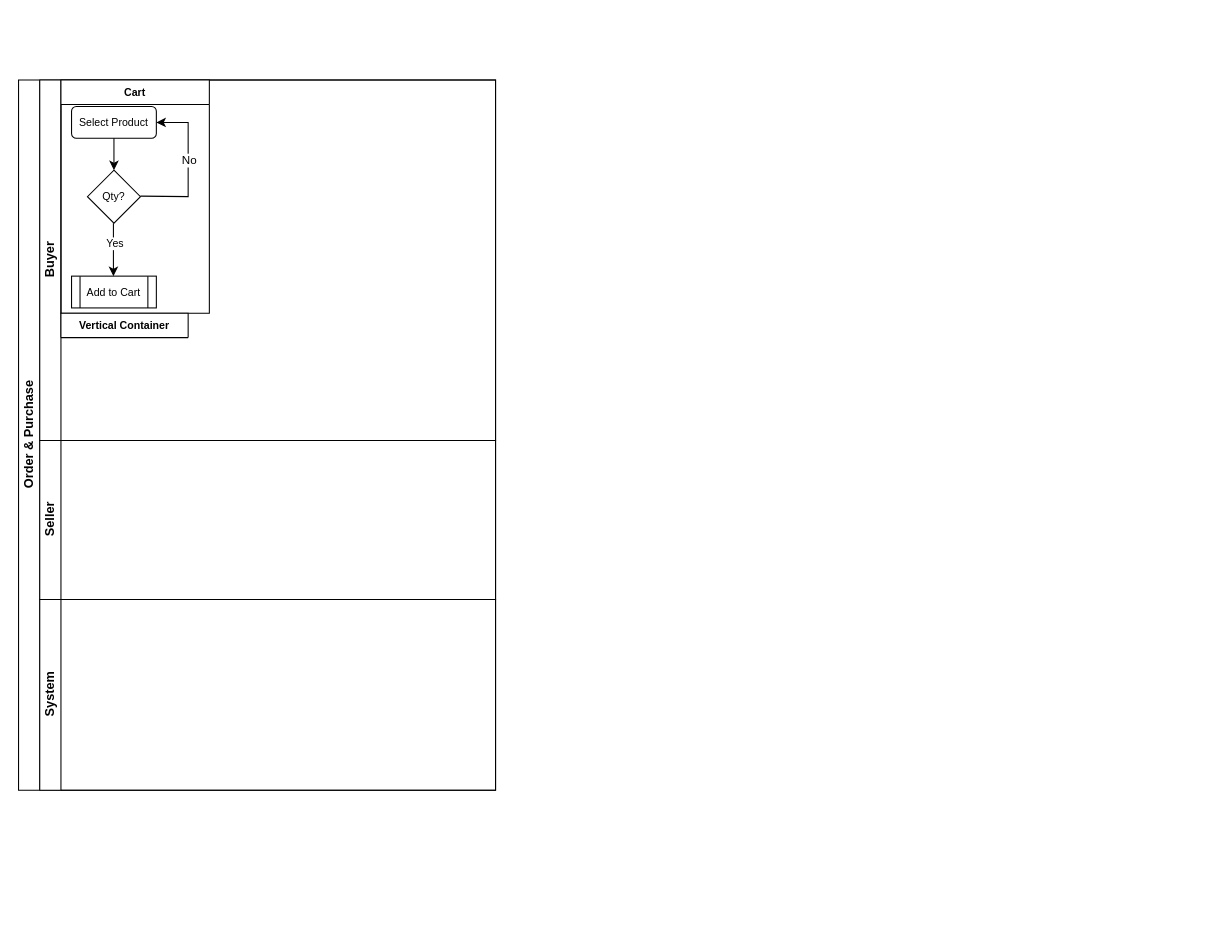
The draw.io diagram purchase_flow.drawio in jvndev/horticade, before the edit. Source tidied: cells renumbered, new cells numbered last; positions are measured from the earlier drawing's top-left corner, leaving out a move shared by most shapes. Both pictures are drawn from the tidied source at 106%, with x=0, y=0 at pixel (18, 80).
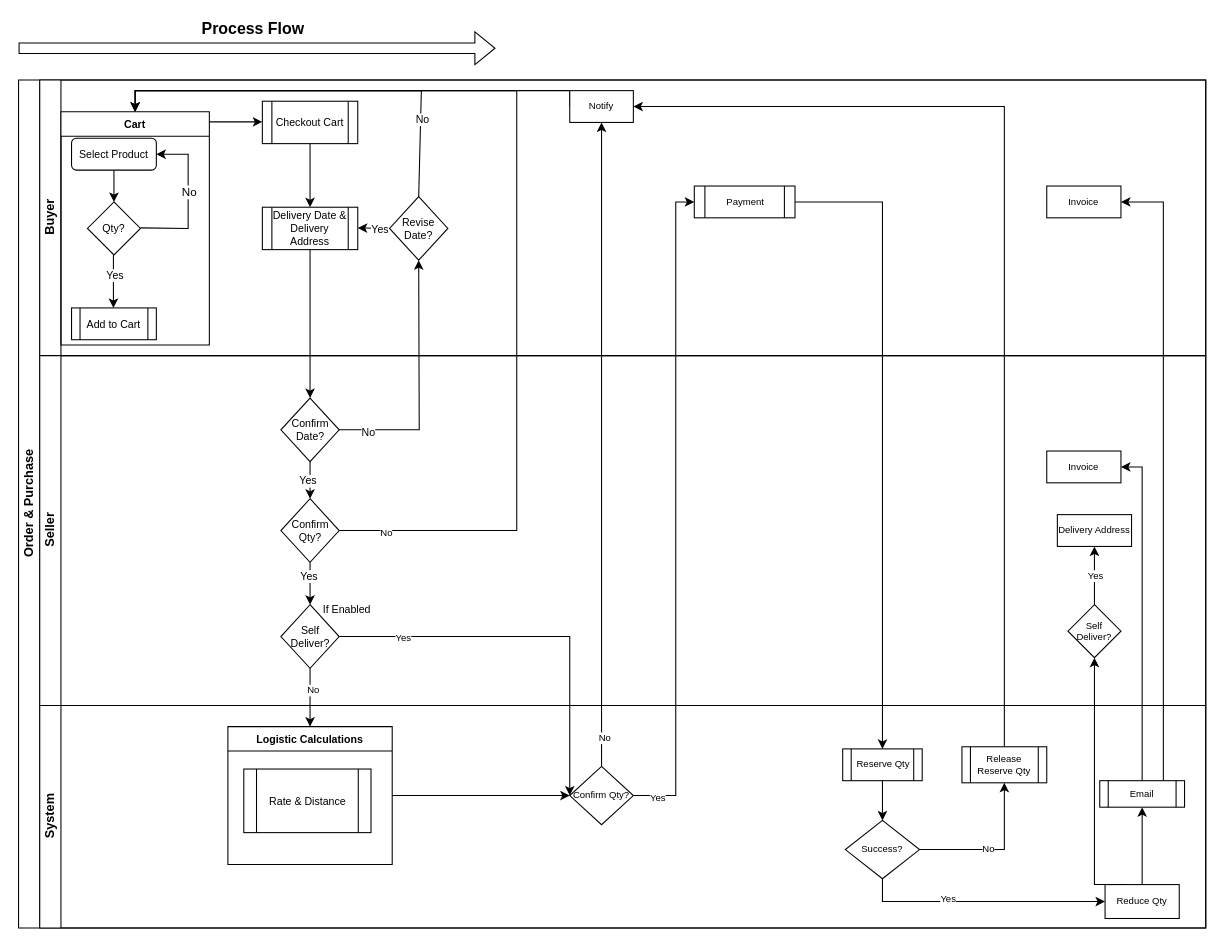
The same page after the edit.

Diff of the diagram source:
```diff
@@
     <mxCell id="2" value="Order &amp;amp; Purchase" style="swimlane;html=1;horizontal=0;startSize=20;" parent="1" vertex="1">
-      <mxGeometry width="450" height="670" as="geometry" />
+      <mxGeometry width="1120" height="800" as="geometry" />
     </mxCell>
     <mxCell id="3" value="Buyer" style="swimlane;html=1;startSize=20;horizontal=0;" parent="2" vertex="1">
-      <mxGeometry x="20" width="430" height="340" as="geometry" />
+      <mxGeometry x="20" width="1100" height="260" as="geometry" />
     </mxCell>
     <mxCell id="4" value="Cart" style="swimlane;fontSize=10;" parent="3" vertex="1">
-      <mxGeometry x="20" width="140" height="220" as="geometry" />
+      <mxGeometry x="20" y="30" width="140" height="220" as="geometry" />
     </mxCell>
@@
-    <mxCell id="13" value="Vertical Container" style="swimlane;fontSize=10;" parent="3" vertex="1" collapsed="1">
-      <mxGeometry x="20" y="220" width="120" height="23" as="geometry" />
-    </mxCell>
+    <mxCell id="16" style="endArrow=classic;html=1;rounded=0;fontSize=10;" parent="3" edge="1">
+      <mxGeometry relative="1" as="geometry">
+        <mxPoint x="160" y="39.5" as="sourcePoint" />
+        <mxPoint x="210" y="39.5" as="targetPoint" />
+      </mxGeometry>
+    </mxCell>
+    <mxCell id="17" style="edgeStyle=orthogonalEdgeStyle;rounded=0;jettySize=auto;html=1;exitX=0.5;exitY=1;exitDx=0;exitDy=0;entryX=0.5;entryY=0;entryDx=0;entryDy=0;fontSize=10;" parent="3" edge="1" source="18" target="19">
+      <mxGeometry relative="1" as="geometry" />
+    </mxCell>
+    <mxCell id="18" value="Checkout Cart" style="shape=process;whiteSpace=wrap;html=1;backgroundOutline=1;fontSize=10;" parent="3" vertex="1">
+      <mxGeometry x="210" y="20" width="90" height="40" as="geometry" />
+    </mxCell>
+    <mxCell id="19" value="Delivery Date &amp;amp; Delivery Address" style="shape=process;whiteSpace=wrap;html=1;backgroundOutline=1;fontSize=10;" parent="3" vertex="1">
+      <mxGeometry x="210" y="120" width="90" height="40" as="geometry" />
+    </mxCell>
+    <mxCell id="20" value="Revise Date?" style="rhombus;whiteSpace=wrap;html=1;fontSize=10;" parent="3" vertex="1">
+      <mxGeometry x="330" y="110" width="55" height="60" as="geometry" />
+    </mxCell>
+    <mxCell id="21" style="endArrow=classic;html=1;rounded=0;fontSize=10;" parent="3" edge="1">
+      <mxGeometry relative="1" as="geometry">
+        <mxPoint x="330" y="140" as="sourcePoint" />
+        <mxPoint x="300" y="139.5" as="targetPoint" />
+      </mxGeometry>
+    </mxCell>
+    <mxCell id="22" value="Yes" style="edgeLabel;html=1;align=center;verticalAlign=middle;fontSize=10;" parent="21" vertex="1">
+      <mxGeometry x="-0.4" y="1" relative="1" as="geometry" />
+    </mxCell>
+    <mxCell id="23" style="endArrow=classic;html=1;rounded=0;fontSize=10;entryX=0.5;entryY=0;entryDx=0;entryDy=0;exitX=0.5;exitY=0;exitDx=0;exitDy=0;" parent="3" edge="1" source="20" target="4">
+      <mxGeometry relative="1" as="geometry">
+        <Array as="points">
+          <mxPoint x="360" y="10" />
+          <mxPoint x="90" y="10" />
+        </Array>
+      </mxGeometry>
+    </mxCell>
+    <mxCell id="24" value="No" style="edgeLabel;html=1;align=center;verticalAlign=middle;fontSize=10;" parent="23" vertex="1">
+      <mxGeometry x="-0.62" y="-1" relative="1" as="geometry" />
+    </mxCell>
+    <mxCell id="25" style="edgeStyle=orthogonalEdgeStyle;rounded=0;jettySize=auto;html=1;exitX=0;exitY=0.5;exitDx=0;exitDy=0;entryX=0.5;entryY=0;entryDx=0;entryDy=0;fontSize=9;" parent="3" edge="1" source="26" target="4">
+      <mxGeometry relative="1" as="geometry">
+        <Array as="points">
+          <mxPoint x="500" y="10" />
+          <mxPoint x="90" y="10" />
+        </Array>
+      </mxGeometry>
+    </mxCell>
+    <mxCell id="26" value="Notify" style="rounded=0;whiteSpace=wrap;html=1;fontSize=9;" parent="3" vertex="1">
+      <mxGeometry x="500" y="10" width="60" height="30" as="geometry" />
+    </mxCell>
+    <mxCell id="27" value="Payment" style="shape=process;whiteSpace=wrap;html=1;backgroundOutline=1;fontSize=9;" parent="3" vertex="1">
+      <mxGeometry x="617.5" y="100" width="95" height="30" as="geometry" />
+    </mxCell>
+    <mxCell id="28" value="Invoice" style="rounded=0;whiteSpace=wrap;html=1;fontSize=9;" parent="3" vertex="1">
+      <mxGeometry x="950" y="100" width="70" height="30" as="geometry" />
+    </mxCell>
+    <mxCell id="29" style="endArrow=classic;html=1;rounded=0;fontSize=10;exitX=1;exitY=0.5;exitDx=0;exitDy=0;entryX=0.5;entryY=1;entryDx=0;entryDy=0;" parent="2" edge="1" source="32" target="20">
+      <mxGeometry relative="1" as="geometry">
+        <Array as="points">
+          <mxPoint x="350" y="330" />
+          <mxPoint x="378" y="330" />
+        </Array>
+      </mxGeometry>
+    </mxCell>
+    <mxCell id="30" value="No" style="edgeLabel;html=1;align=center;verticalAlign=middle;fontSize=10;" parent="29" vertex="1">
+      <mxGeometry x="0.21" relative="1" as="geometry">
+        <mxPoint x="-48" y="68" as="offset" />
+      </mxGeometry>
+    </mxCell>
     <mxCell id="14" value="Seller" style="swimlane;html=1;startSize=20;horizontal=0;" parent="2" vertex="1">
-      <mxGeometry x="20" y="340" width="430" height="150" as="geometry" />
+      <mxGeometry x="20" y="260" width="1100" height="330" as="geometry" />
     </mxCell>
+    <mxCell id="31" style="edgeStyle=orthogonalEdgeStyle;rounded=0;jettySize=auto;html=1;exitX=0.5;exitY=1;exitDx=0;exitDy=0;entryX=0.5;entryY=0;entryDx=0;entryDy=0;fontSize=10;" parent="14" edge="1" source="32" target="36">
+      <mxGeometry relative="1" as="geometry" />
+    </mxCell>
+    <mxCell id="32" value="Confirm Date?" style="rhombus;whiteSpace=wrap;html=1;fontSize=10;" parent="14" vertex="1">
+      <mxGeometry x="227.5" y="40" width="55" height="60" as="geometry" />
+    </mxCell>
+    <mxCell id="33" value="Self Deliver?" style="rhombus;whiteSpace=wrap;html=1;fontSize=10;" parent="14" vertex="1">
+      <mxGeometry x="227.5" y="235" width="55" height="60" as="geometry" />
+    </mxCell>
+    <mxCell id="34" value="If Enabled" style="text;html=1;strokeColor=none;fillColor=none;align=center;verticalAlign=middle;whiteSpace=wrap;rounded=0;fontSize=10;" parent="14" vertex="1">
+      <mxGeometry x="260" y="224" width="60" height="30" as="geometry" />
+    </mxCell>
+    <mxCell id="35" style="edgeStyle=orthogonalEdgeStyle;rounded=0;jettySize=auto;html=1;exitX=0.5;exitY=1;exitDx=0;exitDy=0;entryX=0.5;entryY=0;entryDx=0;entryDy=0;fontSize=9;" parent="14" edge="1" source="36" target="33">
+      <mxGeometry relative="1" as="geometry" />
+    </mxCell>
+    <mxCell id="36" value="Confirm Qty?" style="rhombus;whiteSpace=wrap;html=1;fontSize=10;" parent="14" vertex="1">
+      <mxGeometry x="227.5" y="135" width="55" height="60" as="geometry" />
+    </mxCell>
+    <mxCell id="37" value="Yes" style="edgeLabel;html=1;align=center;verticalAlign=middle;fontSize=10;" parent="14" vertex="1">
+      <mxGeometry x="320" y="170" as="geometry">
+        <mxPoint x="-67" y="37" as="offset" />
+      </mxGeometry>
+    </mxCell>
+    <mxCell id="38" value="Invoice" style="rounded=0;whiteSpace=wrap;html=1;fontSize=9;" parent="14" vertex="1">
+      <mxGeometry x="950" y="90" width="70" height="30" as="geometry" />
+    </mxCell>
+    <mxCell id="39" style="edgeStyle=orthogonalEdgeStyle;rounded=0;jettySize=auto;html=1;exitX=0.5;exitY=0;exitDx=0;exitDy=0;entryX=0.5;entryY=1;entryDx=0;entryDy=0;fontSize=9;" parent="14" edge="1" source="40" target="41">
+      <mxGeometry relative="1" as="geometry" />
+    </mxCell>
+    <mxCell id="40" value="Self Deliver?" style="rhombus;whiteSpace=wrap;html=1;fontSize=9;" parent="14" vertex="1">
+      <mxGeometry x="970" y="235" width="50" height="50" as="geometry" />
+    </mxCell>
+    <mxCell id="41" value="Delivery Address" style="rounded=0;whiteSpace=wrap;html=1;fontSize=9;" parent="14" vertex="1">
+      <mxGeometry x="960" y="150" width="70" height="30" as="geometry" />
+    </mxCell>
+    <mxCell id="42" style="endArrow=classic;html=1;rounded=0;fontSize=10;entryX=0.5;entryY=0;entryDx=0;entryDy=0;exitX=0.5;exitY=1;exitDx=0;exitDy=0;" parent="2" edge="1" source="33" target="52">
+      <mxGeometry relative="1" as="geometry" />
+    </mxCell>
+    <mxCell id="43" value="No" style="edgeLabel;html=1;align=center;verticalAlign=middle;fontSize=9;" parent="42" vertex="1">
+      <mxGeometry x="-0.29" y="2" relative="1" as="geometry" />
+    </mxCell>
+    <mxCell id="44" style="edgeStyle=orthogonalEdgeStyle;rounded=0;jettySize=auto;html=1;exitX=1;exitY=0.5;exitDx=0;exitDy=0;fontSize=9;entryX=0.5;entryY=0;entryDx=0;entryDy=0;" parent="2" edge="1" source="36" target="4">
+      <mxGeometry relative="1" as="geometry">
+        <Array as="points">
+          <mxPoint x="470" y="425" />
+          <mxPoint x="470" y="10" />
+          <mxPoint x="110" y="10" />
+        </Array>
+      </mxGeometry>
+    </mxCell>
+    <mxCell id="45" value="No" style="edgeLabel;html=1;align=center;verticalAlign=middle;fontSize=9;" parent="44" vertex="1">
+      <mxGeometry x="-0.91" y="-2" relative="1" as="geometry">
+        <mxPoint x="1" as="offset" />
+      </mxGeometry>
+    </mxCell>
+    <mxCell id="46" style="edgeStyle=orthogonalEdgeStyle;rounded=0;jettySize=auto;html=1;exitX=0.5;exitY=0;exitDx=0;exitDy=0;fontSize=9;entryX=0.5;entryY=1;entryDx=0;entryDy=0;" parent="2" edge="1" source="54" target="26">
+      <mxGeometry relative="1" as="geometry" />
+    </mxCell>
+    <mxCell id="47" value="No" style="edgeLabel;html=1;align=center;verticalAlign=middle;fontSize=9;" parent="46" vertex="1">
+      <mxGeometry x="-0.91" y="-2" relative="1" as="geometry" />
+    </mxCell>
+    <mxCell id="48" style="edgeStyle=orthogonalEdgeStyle;rounded=0;jettySize=auto;html=1;exitX=0.5;exitY=0;exitDx=0;exitDy=0;entryX=1;entryY=0.5;entryDx=0;entryDy=0;fontSize=9;" parent="2" edge="1" source="62" target="38">
+      <mxGeometry relative="1" as="geometry" />
+    </mxCell>
+    <mxCell id="49" style="edgeStyle=orthogonalEdgeStyle;rounded=0;jettySize=auto;html=1;exitX=0.75;exitY=0;exitDx=0;exitDy=0;entryX=1;entryY=0.5;entryDx=0;entryDy=0;fontSize=9;" parent="2" edge="1" source="62" target="28">
+      <mxGeometry relative="1" as="geometry" />
+    </mxCell>
+    <mxCell id="50" style="edgeStyle=orthogonalEdgeStyle;rounded=0;jettySize=auto;html=1;exitX=1;exitY=0.5;exitDx=0;exitDy=0;fontSize=9;entryX=0;entryY=0.5;entryDx=0;entryDy=0;" parent="2" edge="1" source="54" target="27">
+      <mxGeometry relative="1" as="geometry">
+        <Array as="points">
+          <mxPoint x="620" y="675" />
+          <mxPoint x="620" y="115" />
+        </Array>
+      </mxGeometry>
+    </mxCell>
     <mxCell id="15" value="System" style="swimlane;html=1;startSize=20;horizontal=0;" parent="2" vertex="1">
-      <mxGeometry x="20" y="490" width="430" height="180" as="geometry" />
+      <mxGeometry x="20" y="590" width="1100" height="210" as="geometry" />
     </mxCell>
+    <mxCell id="51" style="edgeStyle=orthogonalEdgeStyle;rounded=0;jettySize=auto;html=1;exitX=1;exitY=0.5;exitDx=0;exitDy=0;entryX=0;entryY=0.5;entryDx=0;entryDy=0;fontSize=9;" parent="15" edge="1" source="52" target="54">
+      <mxGeometry relative="1" as="geometry" />
+    </mxCell>
+    <mxCell id="52" value="Logistic Calculations" style="swimlane;fontSize=10;" parent="15" vertex="1">
+      <mxGeometry x="177.5" y="20" width="155" height="130" as="geometry" />
+    </mxCell>
+    <mxCell id="53" value="Rate &amp;amp; Distance" style="shape=process;whiteSpace=wrap;html=1;backgroundOutline=1;fontSize=10;" parent="52" vertex="1">
+      <mxGeometry x="15" y="40" width="120" height="60" as="geometry" />
+    </mxCell>
+    <mxCell id="54" value="Confirm Qty?" style="rhombus;whiteSpace=wrap;html=1;fontSize=9;" parent="15" vertex="1">
+      <mxGeometry x="500" y="57.5" width="60" height="55" as="geometry" />
+    </mxCell>
+    <mxCell id="55" style="edgeStyle=orthogonalEdgeStyle;rounded=0;jettySize=auto;html=1;exitX=0.5;exitY=0;exitDx=0;exitDy=0;entryX=0.5;entryY=1;entryDx=0;entryDy=0;fontSize=9;" parent="15" edge="1" source="56" target="62">
+      <mxGeometry relative="1" as="geometry" />
+    </mxCell>
+    <mxCell id="56" value="Reduce Qty" style="rounded=0;whiteSpace=wrap;html=1;fontSize=9;" parent="15" vertex="1">
+      <mxGeometry x="1005" y="169" width="70" height="32" as="geometry" />
+    </mxCell>
+    <mxCell id="57" style="edgeStyle=orthogonalEdgeStyle;rounded=0;jettySize=auto;html=1;exitX=0.5;exitY=1;exitDx=0;exitDy=0;entryX=0;entryY=0.5;entryDx=0;entryDy=0;fontSize=9;" parent="15" edge="1" source="61" target="56">
+      <mxGeometry relative="1" as="geometry" />
+    </mxCell>
+    <mxCell id="58" value="Yes" style="edgeLabel;html=1;align=center;verticalAlign=middle;fontSize=9;" parent="57" vertex="1">
+      <mxGeometry x="-0.28" y="3" relative="1" as="geometry" />
+    </mxCell>
+    <mxCell id="59" style="edgeStyle=orthogonalEdgeStyle;rounded=0;jettySize=auto;html=1;exitX=1;exitY=0.5;exitDx=0;exitDy=0;entryX=0.5;entryY=1;entryDx=0;entryDy=0;fontSize=9;" parent="15" edge="1" source="61" target="65">
+      <mxGeometry relative="1" as="geometry" />
+    </mxCell>
+    <mxCell id="60" value="No" style="edgeLabel;html=1;align=center;verticalAlign=middle;fontSize=9;" parent="59" vertex="1">
+      <mxGeometry x="-0.1" y="1" relative="1" as="geometry" />
+    </mxCell>
+    <mxCell id="61" value="Success?" style="rhombus;whiteSpace=wrap;html=1;fontSize=9;" parent="15" vertex="1">
+      <mxGeometry x="760" y="108.5" width="70" height="55" as="geometry" />
+    </mxCell>
+    <mxCell id="62" value="Email" style="shape=process;whiteSpace=wrap;html=1;backgroundOutline=1;fontSize=9;" parent="15" vertex="1">
+      <mxGeometry x="1000" y="71" width="80" height="25" as="geometry" />
+    </mxCell>
+    <mxCell id="63" style="edgeStyle=orthogonalEdgeStyle;rounded=0;jettySize=auto;html=1;exitX=0.5;exitY=1;exitDx=0;exitDy=0;entryX=0.5;entryY=0;entryDx=0;entryDy=0;fontSize=9;" parent="15" edge="1" source="64" target="61">
+      <mxGeometry relative="1" as="geometry" />
+    </mxCell>
+    <mxCell id="64" value="Reserve Qty" style="shape=process;whiteSpace=wrap;html=1;backgroundOutline=1;fontSize=9;" parent="15" vertex="1">
+      <mxGeometry x="757.5" y="41" width="75" height="30" as="geometry" />
+    </mxCell>
+    <mxCell id="65" value="Release Reserve Qty" style="shape=process;whiteSpace=wrap;html=1;backgroundOutline=1;fontSize=9;" parent="15" vertex="1">
+      <mxGeometry x="870" y="39" width="80" height="34" as="geometry" />
+    </mxCell>
+    <mxCell id="66" style="edgeStyle=orthogonalEdgeStyle;rounded=0;jettySize=auto;html=1;exitX=1;exitY=0.5;exitDx=0;exitDy=0;fontSize=9;" parent="2" edge="1" source="27" target="64">
+      <mxGeometry relative="1" as="geometry" />
+    </mxCell>
+    <mxCell id="67" style="edgeStyle=orthogonalEdgeStyle;rounded=0;jettySize=auto;html=1;exitX=0.5;exitY=0;exitDx=0;exitDy=0;entryX=1;entryY=0.5;entryDx=0;entryDy=0;fontSize=9;" parent="2" edge="1" source="65" target="26">
+      <mxGeometry relative="1" as="geometry" />
+    </mxCell>
+    <mxCell id="68" style="endArrow=classic;html=1;rounded=0;fontSize=10;exitX=1;exitY=0.5;exitDx=0;exitDy=0;entryX=0;entryY=0.5;entryDx=0;entryDy=0;" parent="2" edge="1" source="33" target="54">
+      <mxGeometry relative="1" as="geometry">
+        <Array as="points">
+          <mxPoint x="520" y="525" />
+        </Array>
+      </mxGeometry>
+    </mxCell>
+    <mxCell id="69" value="Yes" style="edgeLabel;html=1;align=center;verticalAlign=middle;fontSize=9;" parent="68" vertex="1">
+      <mxGeometry x="-0.68" y="-1" relative="1" as="geometry">
+        <mxPoint x="1" as="offset" />
+      </mxGeometry>
+    </mxCell>
+    <mxCell id="70" style="edgeStyle=orthogonalEdgeStyle;rounded=0;jettySize=auto;html=1;exitX=0.25;exitY=0;exitDx=0;exitDy=0;entryX=0.5;entryY=1;entryDx=0;entryDy=0;fontSize=9;" parent="2" edge="1" source="56" target="40">
+      <mxGeometry relative="1" as="geometry">
+        <Array as="points">
+          <mxPoint x="1015" y="759" />
+        </Array>
+      </mxGeometry>
+    </mxCell>
+    <mxCell id="71" style="endArrow=classic;html=1;rounded=0;fontSize=10;entryX=0.5;entryY=0;entryDx=0;entryDy=0;exitX=0.5;exitY=1;exitDx=0;exitDy=0;" parent="2" edge="1" source="19" target="32">
+      <mxGeometry relative="1" as="geometry" />
+    </mxCell>
+    <mxCell id="72" value="Yes" style="edgeLabel;html=1;align=center;verticalAlign=middle;fontSize=10;" parent="1" vertex="1">
+      <mxGeometry x="339.8" y="340.5" as="geometry">
+        <mxPoint x="-67" y="37" as="offset" />
+      </mxGeometry>
+    </mxCell>
+    <mxCell id="73" style="shape=flexArrow;endArrow=classic;html=1;rounded=0;fontSize=9;" parent="1" edge="1">
+      <mxGeometry relative="1" as="geometry">
+        <mxPoint y="-30" as="sourcePoint" />
+        <mxPoint x="450" y="-30" as="targetPoint" />
+      </mxGeometry>
+    </mxCell>
+    <mxCell id="74" value="Process Flow" style="edgeLabel;html=1;align=center;verticalAlign=middle;fontSize=15;fontStyle=1;" parent="73" vertex="1">
+      <mxGeometry x="-0.18" relative="1" as="geometry">
+        <mxPoint x="35" y="-20" as="offset" />
+      </mxGeometry>
+    </mxCell>
+    <mxCell id="75" value="Yes" style="edgeLabel;html=1;align=center;verticalAlign=middle;fontSize=9;" parent="1" vertex="1">
+      <mxGeometry x="562" y="630.5" as="geometry">
+        <mxPoint x="40" y="47" as="offset" />
+      </mxGeometry>
+    </mxCell>
+    <mxCell id="76" value="Yes" style="edgeLabel;html=1;align=center;verticalAlign=middle;fontSize=9;" parent="1" vertex="1">
+      <mxGeometry x="887.5" y="782" as="geometry">
+        <mxPoint x="128" y="-315" as="offset" />
+      </mxGeometry>
+    </mxCell>
```
